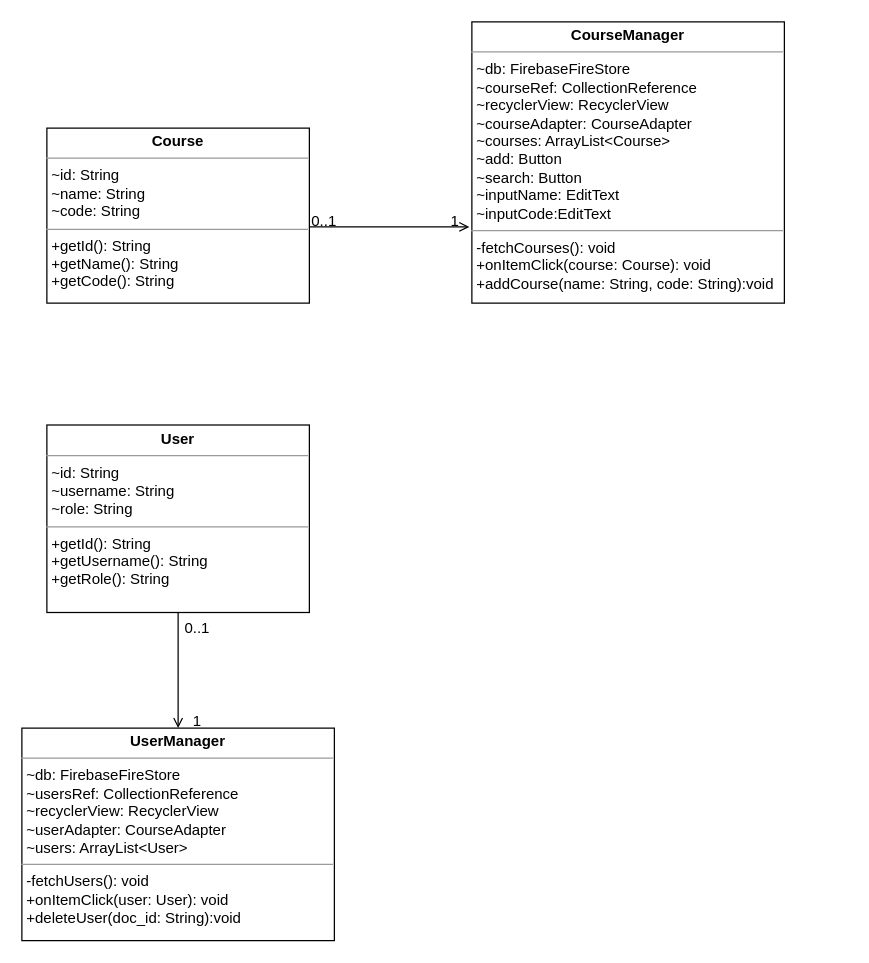
The draw.io diagram UML_diagram.drawio in Lilydahamna/SEG3103_project, before the edit. Source tidied: cells renumbered, new cells numbered last; positions are measured from the earlier drawing's top-left corner, leaving out a move shared by most shapes. Both pictures are drawn from the tidied source at 125%, with x=0, y=0 at pixel (21, 21).
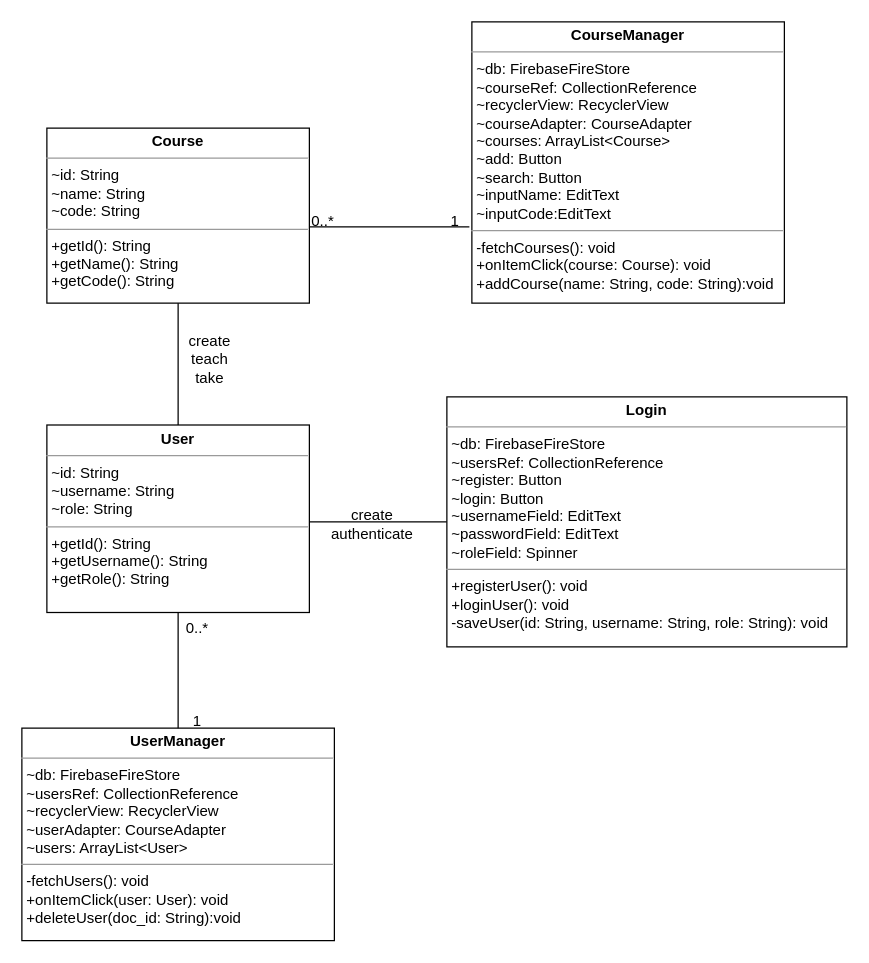
The same diagram, later.

Commit message:
uml diagram modifications

The change refers to these unchanged cells:
```xml
<mxCell id="5" value="&lt;p style=&quot;margin:0px;margin-top:4px;text-align:center;&quot;&gt;&lt;b&gt;Course&lt;/b&gt;&lt;/p&gt;&lt;hr size=&quot;1&quot;&gt;&lt;p style=&quot;margin:0px;margin-left:4px;&quot;&gt;~id: String&lt;/p&gt;&lt;p style=&quot;margin:0px;margin-left:4px;&quot;&gt;&lt;span style=&quot;background-color: initial;&quot;&gt;~name: String&lt;/span&gt;&lt;/p&gt;&lt;p style=&quot;margin:0px;margin-left:4px;&quot;&gt;&lt;span style=&quot;background-color: initial;&quot;&gt;~code: String&amp;nbsp;&lt;/span&gt;&lt;/p&gt;&lt;hr size=&quot;1&quot;&gt;&lt;p style=&quot;margin:0px;margin-left:4px;&quot;&gt;+getId(): String&lt;/p&gt;&lt;p style=&quot;margin:0px;margin-left:4px;&quot;&gt;+getName(): String&lt;/p&gt;&lt;p style=&quot;margin:0px;margin-left:4px;&quot;&gt;+getCode(): String&lt;/p&gt;&lt;p style=&quot;margin:0px;margin-left:4px;&quot;&gt;&lt;br&gt;&lt;/p&gt;&lt;p style=&quot;margin:0px;margin-left:4px;&quot;&gt;&lt;br&gt;&lt;/p&gt;" style="verticalAlign=top;align=left;overflow=fill;fontSize=12;fontFamily=Helvetica;html=1;" parent="1" vertex="1">
  <mxGeometry x="20" y="85" width="210" height="140" as="geometry" />
</mxCell>
<mxCell id="6" value="&lt;p style=&quot;margin:0px;margin-top:4px;text-align:center;&quot;&gt;&lt;b&gt;User&lt;/b&gt;&lt;/p&gt;&lt;hr size=&quot;1&quot;&gt;&lt;p style=&quot;margin:0px;margin-left:4px;&quot;&gt;~id: String&lt;/p&gt;&lt;p style=&quot;margin:0px;margin-left:4px;&quot;&gt;&lt;span style=&quot;background-color: initial;&quot;&gt;~username: String&lt;/span&gt;&lt;/p&gt;&lt;p style=&quot;margin:0px;margin-left:4px;&quot;&gt;&lt;span style=&quot;background-color: initial;&quot;&gt;~role: String&amp;nbsp;&lt;/span&gt;&lt;/p&gt;&lt;hr size=&quot;1&quot;&gt;&lt;p style=&quot;margin:0px;margin-left:4px;&quot;&gt;+getId(): String&lt;/p&gt;&lt;p style=&quot;margin:0px;margin-left:4px;&quot;&gt;+getUsername(): String&lt;/p&gt;&lt;p style=&quot;margin:0px;margin-left:4px;&quot;&gt;+getRole(): String&lt;/p&gt;&lt;p style=&quot;margin:0px;margin-left:4px;&quot;&gt;&lt;br&gt;&lt;/p&gt;&lt;p style=&quot;margin:0px;margin-left:4px;&quot;&gt;&lt;br&gt;&lt;/p&gt;" style="verticalAlign=top;align=left;overflow=fill;fontSize=12;fontFamily=Helvetica;html=1;" parent="1" vertex="1">
  <mxGeometry x="20" y="322.5" width="210" height="150" as="geometry" />
</mxCell>
<mxCell id="8" value="&lt;p style=&quot;margin:0px;margin-top:4px;text-align:center;&quot;&gt;&lt;b&gt;UserManager&lt;/b&gt;&lt;/p&gt;&lt;hr size=&quot;1&quot;&gt;&lt;p style=&quot;margin:0px;margin-left:4px;&quot;&gt;~db: FirebaseFireStore&lt;/p&gt;&lt;p style=&quot;margin:0px;margin-left:4px;&quot;&gt;~usersRef: CollectionReference&lt;/p&gt;&lt;p style=&quot;margin:0px;margin-left:4px;&quot;&gt;~recyclerView: RecyclerView&lt;/p&gt;&lt;p style=&quot;margin:0px;margin-left:4px;&quot;&gt;~userAdapter: CourseAdapter&lt;/p&gt;&lt;p style=&quot;margin:0px;margin-left:4px;&quot;&gt;~users: ArrayList&amp;lt;User&amp;gt;&lt;/p&gt;&lt;hr size=&quot;1&quot;&gt;&lt;p style=&quot;margin:0px;margin-left:4px;&quot;&gt;-fetchUsers(): void&lt;/p&gt;&lt;p style=&quot;margin:0px;margin-left:4px;&quot;&gt;+onItemClick(user: User): void&lt;/p&gt;&lt;p style=&quot;margin:0px;margin-left:4px;&quot;&gt;+deleteUser(doc_id: String):void&lt;/p&gt;" style="verticalAlign=top;align=left;overflow=fill;fontSize=12;fontFamily=Helvetica;html=1;" parent="1" vertex="1">
  <mxGeometry y="565" width="250" height="170" as="geometry" />
</mxCell>
```

What changed in the source:
```diff
@@
-    <mxCell id="2" style="endArrow=open;shadow=0;strokeWidth=1;rounded=0;endFill=1;edgeStyle=elbowEdgeStyle;elbow=vertical;" parent="1" edge="1">
+    <mxCell id="2" style="endArrow=none;shadow=0;strokeWidth=1;rounded=0;endFill=0;edgeStyle=elbowEdgeStyle;elbow=vertical;strokeColor=default;" parent="1" edge="1">
       <mxGeometry x="0.5" y="41" relative="1" as="geometry">
         <mxPoint x="230" y="164" as="sourcePoint" />
         <mxPoint x="358" y="164" as="targetPoint" />
         <mxPoint x="-40" y="32" as="offset" />
       </mxGeometry>
     </mxCell>
-    <mxCell id="3" value="0..1" style="align=left;verticalAlign=bottom;labelBackgroundColor=none;fontSize=12;" parent="2" vertex="1">
+    <mxCell id="3" value="0..*" style="align=left;verticalAlign=bottom;labelBackgroundColor=none;fontSize=12;" parent="2" vertex="1">
       <mxGeometry x="-1" relative="1" as="geometry">
         <mxPoint y="4" as="offset" />
       </mxGeometry>
     </mxCell>
@@
+    <mxCell id="12" style="edgeStyle=orthogonalEdgeStyle;rounded=0;jettySize=auto;html=1;entryX=0.5;entryY=1;entryDx=0;entryDy=0;endArrow=none;endFill=0;" parent="1" edge="1" source="6" target="5">
+      <mxGeometry relative="1" as="geometry" />
+    </mxCell>
@@
-    <mxCell id="9" style="endArrow=open;html=1;rounded=0;entryX=0.5;entryY=0;entryDx=0;entryDy=0;exitX=0.5;exitY=1;exitDx=0;exitDy=0;endFill=0;" parent="1" edge="1" source="6" target="8">
+    <mxCell id="9" style="endArrow=none;html=1;rounded=0;entryX=0.5;entryY=0;entryDx=0;entryDy=0;exitX=0.5;exitY=1;exitDx=0;exitDy=0;endFill=0;" parent="1" edge="1" source="6" target="8">
       <mxGeometry relative="1" as="geometry" />
     </mxCell>
-    <mxCell id="10" value="0..1" style="text;html=1;align=center;verticalAlign=middle;strokeColor=none;fillColor=none;" parent="1" vertex="1">
+    <mxCell id="10" value="0..*" style="text;html=1;align=center;verticalAlign=middle;strokeColor=none;fillColor=none;" parent="1" vertex="1">
       <mxGeometry x="120" y="470" width="40" height="30" as="geometry" />
     </mxCell>
@@
+    <mxCell id="13" style="edgeStyle=orthogonalEdgeStyle;rounded=0;jettySize=auto;html=1;endArrow=none;endFill=0;" parent="1" edge="1" source="14">
+      <mxGeometry relative="1" as="geometry">
+        <mxPoint x="230" y="400" as="targetPoint" />
+      </mxGeometry>
+    </mxCell>
+    <mxCell id="14" value="&lt;p style=&quot;margin:0px;margin-top:4px;text-align:center;&quot;&gt;&lt;b&gt;Login&lt;/b&gt;&lt;/p&gt;&lt;hr size=&quot;1&quot;&gt;&lt;p style=&quot;margin: 0px 0px 0px 4px;&quot;&gt;~db: FirebaseFireStore&lt;/p&gt;&lt;p style=&quot;margin: 0px 0px 0px 4px;&quot;&gt;~usersRef: CollectionReference&lt;/p&gt;&lt;p style=&quot;margin: 0px 0px 0px 4px;&quot;&gt;~register: Button&lt;/p&gt;&lt;p style=&quot;margin: 0px 0px 0px 4px;&quot;&gt;~login: Button&lt;/p&gt;&lt;p style=&quot;margin: 0px 0px 0px 4px;&quot;&gt;~usernameField: EditText&lt;/p&gt;&lt;p style=&quot;margin: 0px 0px 0px 4px;&quot;&gt;~passwordField: EditText&lt;/p&gt;&lt;p style=&quot;margin: 0px 0px 0px 4px;&quot;&gt;~roleField: Spinner&lt;/p&gt;&lt;hr size=&quot;1&quot;&gt;&lt;p style=&quot;margin:0px;margin-left:4px;&quot;&gt;+registerUser(): void&lt;/p&gt;&lt;p style=&quot;margin:0px;margin-left:4px;&quot;&gt;+loginUser(): void&lt;/p&gt;&lt;p style=&quot;margin:0px;margin-left:4px;&quot;&gt;-saveUser(id: String, username: String, role: String): void&lt;/p&gt;&lt;p style=&quot;margin:0px;margin-left:4px;&quot;&gt;&lt;br&gt;&lt;/p&gt;&lt;p style=&quot;margin:0px;margin-left:4px;&quot;&gt;&lt;br&gt;&lt;/p&gt;" style="verticalAlign=top;align=left;overflow=fill;fontSize=12;fontFamily=Helvetica;html=1;" parent="1" vertex="1">
+      <mxGeometry x="340" y="300" width="320" height="200" as="geometry" />
+    </mxCell>
+    <mxCell id="15" value="create" style="text;html=1;align=center;verticalAlign=middle;strokeColor=none;fillColor=none;" parent="1" vertex="1">
+      <mxGeometry x="250" y="380" width="60" height="30" as="geometry" />
+    </mxCell>
+    <mxCell id="16" value="authenticate" style="text;html=1;align=center;verticalAlign=middle;strokeColor=none;fillColor=none;" parent="1" vertex="1">
+      <mxGeometry x="235" y="395" width="90" height="30" as="geometry" />
+    </mxCell>
+    <mxCell id="17" value="create&lt;br&gt;teach&lt;br&gt;take" style="text;html=1;align=center;verticalAlign=middle;strokeColor=none;fillColor=none;" parent="1" vertex="1">
+      <mxGeometry x="120" y="240" width="60" height="60" as="geometry" />
+    </mxCell>
+    <mxCell id="18" style="endArrow=classic;html=1;rounded=0;strokeColor=none;" parent="1" edge="1">
+      <mxGeometry relative="1" as="geometry">
+        <mxPoint x="290" y="315" as="sourcePoint" />
+        <mxPoint x="290" y="235" as="targetPoint" />
+      </mxGeometry>
+    </mxCell>
```
